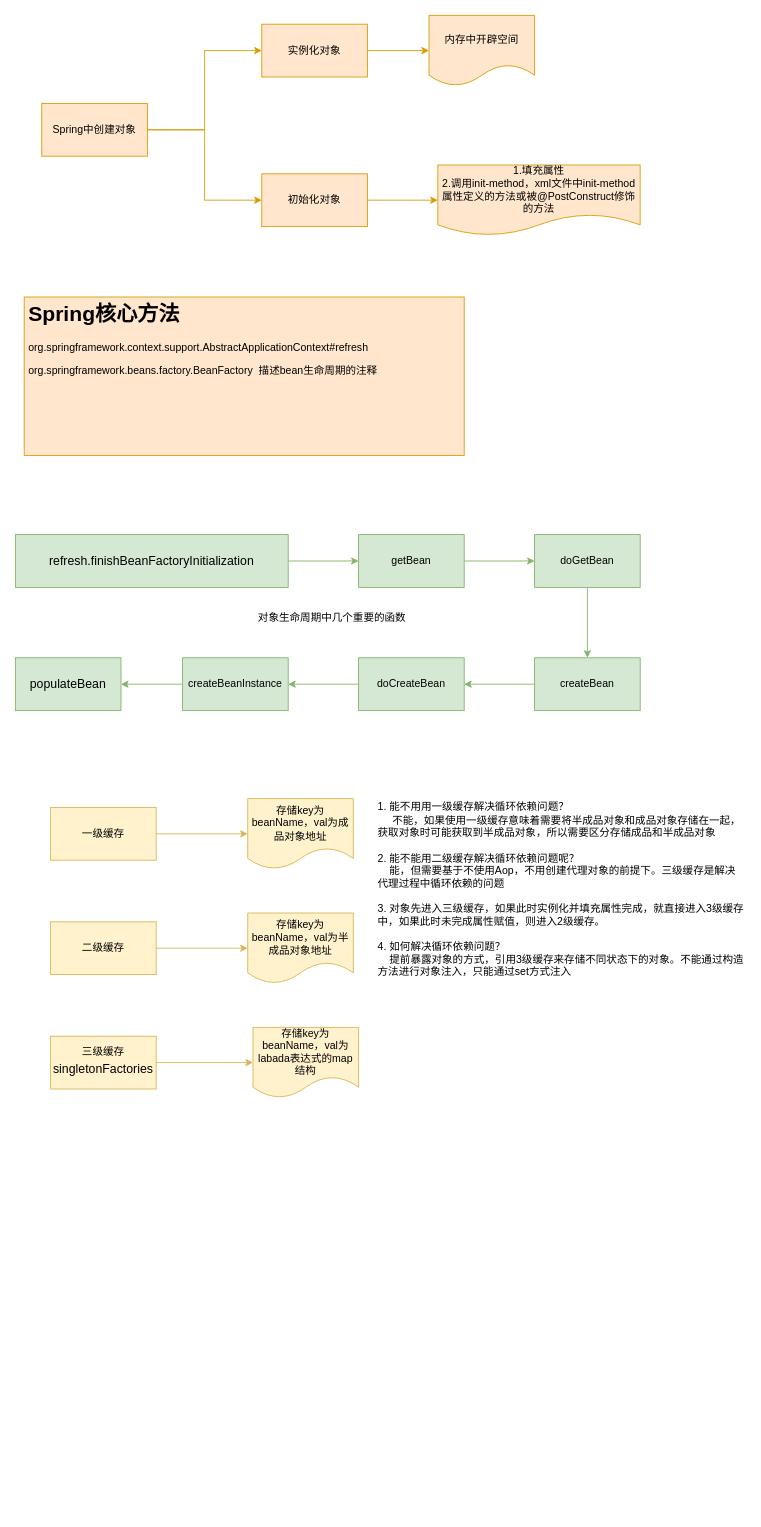
The draw.io diagram learn/spring.drawio in wenjunting50779/spring_learn, before the edit. Source tidied: cells renumbered, new cells numbered last; positions are measured from the earlier drawing's top-left corner, leaving out a move shared by most shapes. Both pictures are drawn from the tidied source at 88%, with x=0, y=0 at pixel (15, 15).
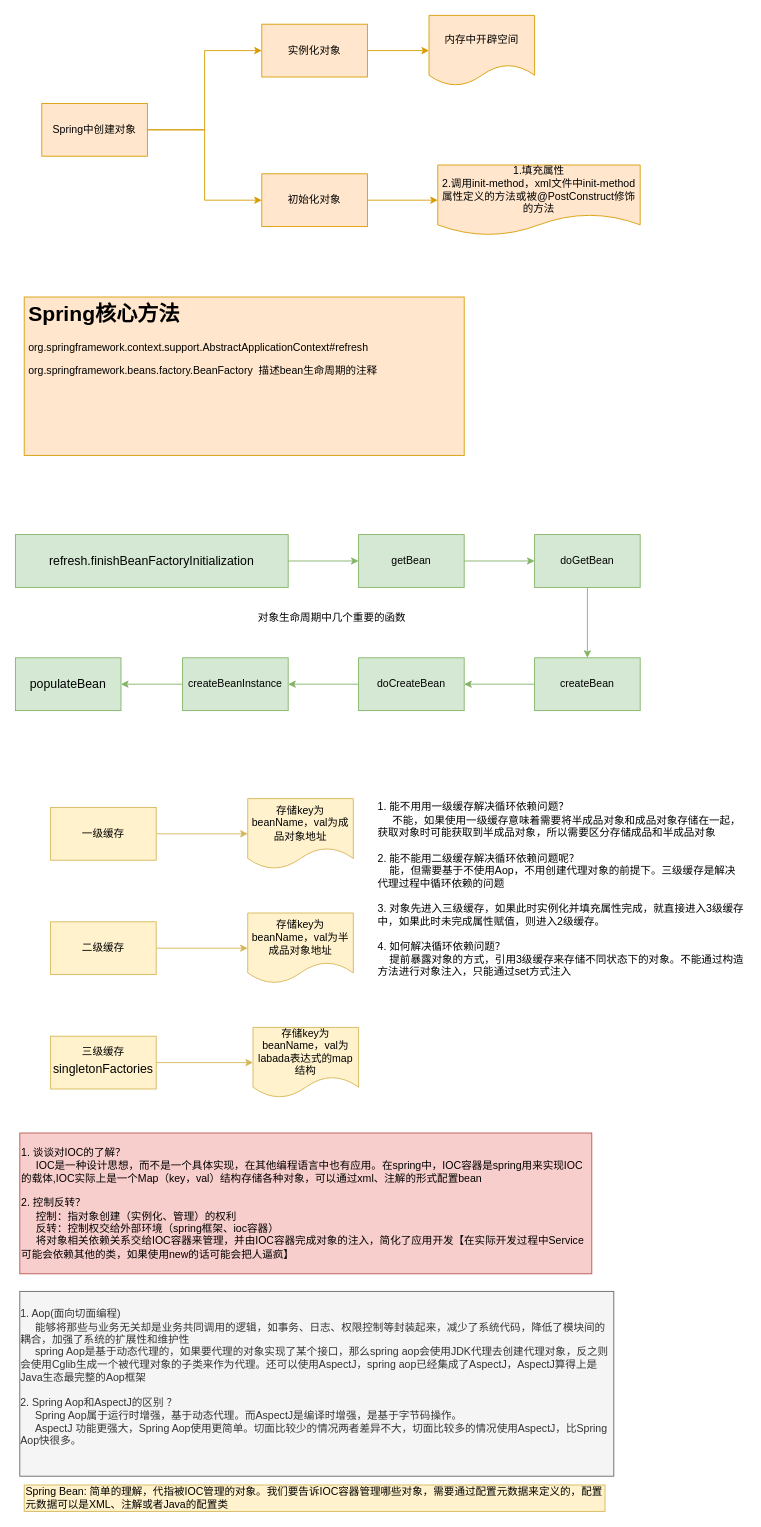
The same diagram, later.

The edit, as a diff of the source:
```diff
@@
+    <mxCell id="36" value="1. 谈谈对IOC的了解？&lt;br&gt;&amp;nbsp; &amp;nbsp; &amp;nbsp;IOC是一种设计思想，而不是一个具体实现，在其他编程语言中也有应用。在spring中，IOC容器是spring用来实现IOC的载体,IOC实际上是一个Map（key，val）结构存储各种对象，可以通过xml、注解的形式配置bean&lt;br&gt;&lt;br&gt;2. 控制反转？&lt;br&gt;&amp;nbsp; &amp;nbsp; &amp;nbsp;控制：指对象创建（实例化、管理）的权利&lt;br&gt;&lt;div&gt;&lt;span&gt;&amp;nbsp; &amp;nbsp; &amp;nbsp;反转：控制权交给外部环境（spring框架、ioc容器）&lt;/span&gt;&lt;/div&gt;&lt;div&gt;&lt;span&gt;&amp;nbsp; &amp;nbsp; &amp;nbsp;将对象相关依赖关系交给IOC容器来管理，并由IOC容器完成对象的注入，简化了应用开发【在实际开发过程中Service可能会依赖其他的类，如果使用new的话可能会把人逼疯】&lt;/span&gt;&lt;/div&gt;" style="text;html=1;strokeColor=#b85450;fillColor=#f8cecc;align=left;verticalAlign=middle;whiteSpace=wrap;rounded=0;" parent="1" vertex="1">
+      <mxGeometry x="5" y="1270" width="650" height="160" as="geometry" />
+    </mxCell>
+    <mxCell id="37" value="&lt;div style=&quot;text-align: left&quot;&gt;&lt;span&gt;1. Aop(面向切面编程)&lt;/span&gt;&lt;/div&gt;&lt;div style=&quot;text-align: left&quot;&gt;&amp;nbsp; &amp;nbsp; &amp;nbsp;能够将那些与业务无关却是业务共同调用的逻辑，如事务、日志、权限控制等封装起来，减少了系统代码，降低了模块间的耦合，加强了系统的扩展性和维护性&lt;/div&gt;&lt;div style=&quot;text-align: left&quot;&gt;&amp;nbsp; &amp;nbsp; &amp;nbsp;spring Aop是基于动态代理的，如果要代理的对象实现了某个接口，那么spring aop会使用JDK代理去创建代理对象，反之则会使用Cglib生成一个被代理对象的子类来作为代理。还可以使用AspectJ，spring aop已经集成了AspectJ，AspectJ算得上是Java生态最完整的Aop框架&lt;/div&gt;&lt;div style=&quot;text-align: left&quot;&gt;&lt;br&gt;&lt;/div&gt;&lt;div style=&quot;text-align: left&quot;&gt;2. Spring Aop和AspectJ的区别 ？&lt;/div&gt;&lt;div style=&quot;text-align: left&quot;&gt;&amp;nbsp; &amp;nbsp; &amp;nbsp;Spring Aop属于运行时增强，基于动态代理。而AspectJ是编译时增强，是基于字节码操作。&lt;/div&gt;&lt;div style=&quot;text-align: left&quot;&gt;&amp;nbsp; &amp;nbsp; &amp;nbsp;AspectJ 功能更强大，Spring Aop使用更简单。切面比较少的情况两者差异不大，切面比较多的情况使用AspectJ，比Spring Aop快很多。&lt;/div&gt;&lt;div style=&quot;text-align: left&quot;&gt;&lt;br&gt;&lt;/div&gt;" style="text;html=1;strokeColor=#666666;fillColor=#f5f5f5;align=center;verticalAlign=middle;whiteSpace=wrap;rounded=0;fontColor=#333333;" parent="1" vertex="1">
+      <mxGeometry x="5" y="1450" width="675" height="210" as="geometry" />
+    </mxCell>
+    <mxCell id="38" value="Spring Bean: 简单的理解，代指被IOC管理的对象。我们要告诉IOC容器管理哪些对象，需要通过配置元数据来定义的，配置元数据可以是XML、注解或者Java的配置类" style="text;html=1;strokeColor=#d6b656;fillColor=#fff2cc;align=left;verticalAlign=middle;whiteSpace=wrap;rounded=0;" parent="1" vertex="1">
+      <mxGeometry x="10" y="1670" width="660" height="30" as="geometry" />
+    </mxCell>
```
